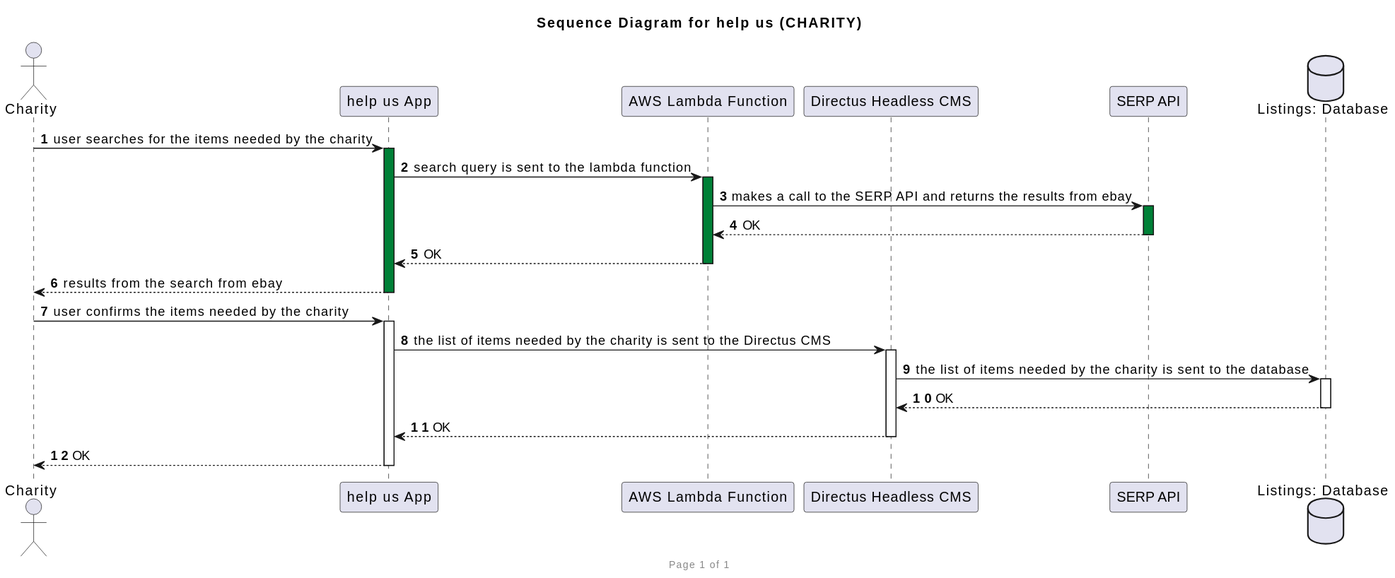
This is diagrams/sequence_diagram_charity.svg from help-us-app/help-us-architecture-diagrams, a PlantUML export, as it was before one commit.
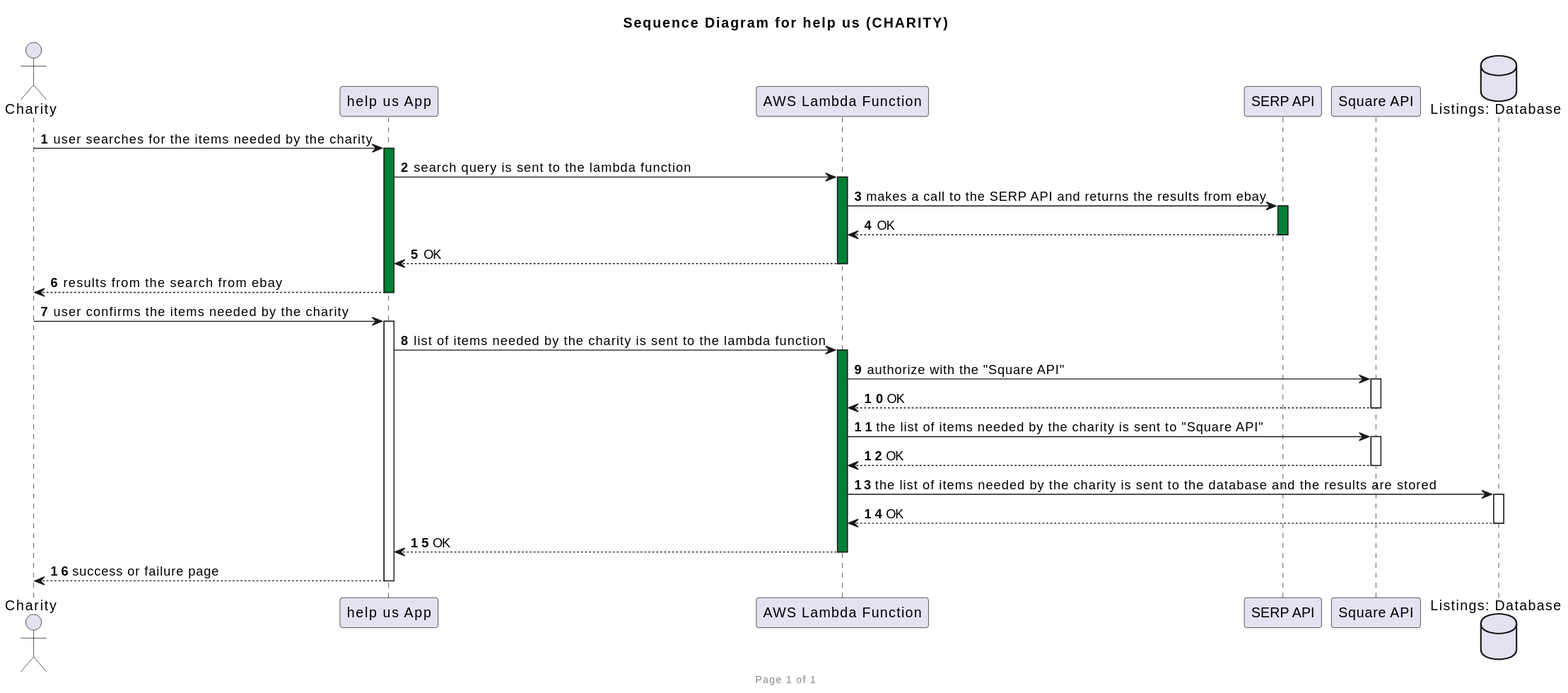
After the commit.

What changed in the source:
```diff
@@ -11,12 +11,11 @@
 
 participant "AWS Lambda Function" as api_lambda
 
-participant "Directus Headless CMS" as api_directus
-
 participant "SERP API" as boundary_serp_api
 
+participant "Square API" as boundary_square_api
+
 database "Listings: Database" as db_listings
-
 
 charity -> help_us_app #008037 : user searches for the items needed by the charity
 
@@ -32,13 +31,22 @@
 
 charity -> help_us_app : user confirms the items needed by the charity
 
-help_us_app -> api_directus : the list of items needed by the charity is sent to the Directus CMS
+help_us_app -> api_lambda #008037 : list of items needed by the charity is sent to the lambda function
 
-api_directus -> db_listings : the list of items needed by the charity is sent to the database
+api_lambda -> boundary_square_api : authorize with the "Square API"
+
+return OK
+
+api_lambda -> boundary_square_api : the list of items needed by the charity is sent to "Square API"
+
+return OK
+
+
+api_lambda -> db_listings : the list of items needed by the charity is sent to the database and the results are stored
 
 return OK
 
 return OK
 
-return OK
+return success or failure page
 @enduml
```
